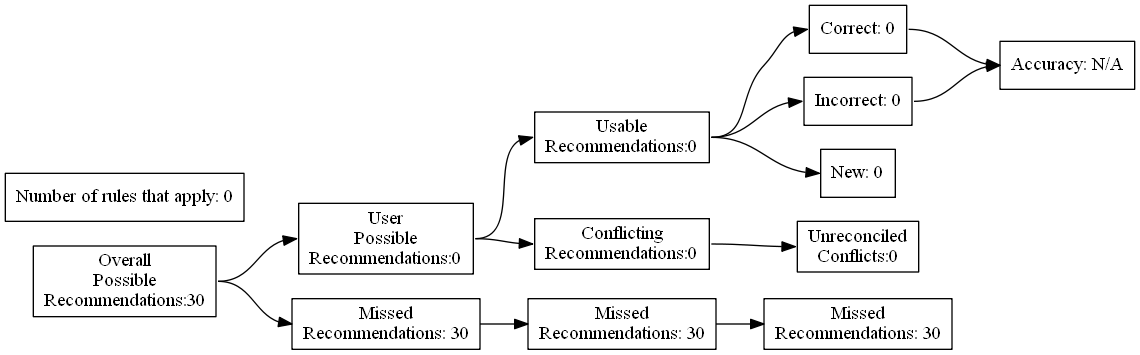
Before: test_renders/11.gv.png, a diagram exported from Graphviz (ZaxR/ibd_diet_analysis). Its source is kept beside it as test_renders/11.gv. The source it was exported from:
```dot
digraph {
	graph [rankdir=LR]
	node [pos=r shape=box]
	edge [headport=w tailport=e]
		A [label="Overall
Possible
Recommendations:30"]
		B [label="User
Possible
Recommendations:0"]
		C [label="Missed
Recommendations: 30"]
		D [label="Usable
Recommendations:0"]
		E [label="Conflicting
Recommendations:0"]
		J [label="Missed
Recommendations: 30"]
		M [label="Unreconciled
Conflicts:0"]
		F [label="Correct: 0"]
		G [label="Incorrect: 0"]
		H [label="New: 0"]
		K [label="Missed
Recommendations: 30"]
		I [label="Accuracy: N/A"]
		l [label="Number of rules that apply: 0"]
			A -> B
			A -> C
			B -> D
			B -> E
			D -> F
			D -> G
			D -> H
			F -> I
			G -> I
			C -> J
			J -> K
			E -> M
}
```
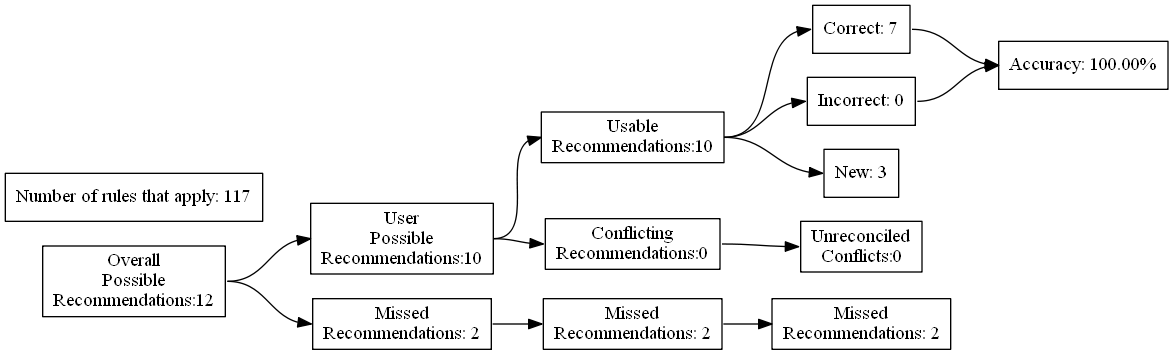
Above is the later version.

Change to the diagram source:
```diff
@@ -4,27 +4,27 @@
 	edge [headport=w tailport=e]
 		A [label="Overall
 Possible
-Recommendations:30"]
+Recommendations:12"]
 		B [label="User
 Possible
-Recommendations:0"]
+Recommendations:10"]
 		C [label="Missed
-Recommendations: 30"]
+Recommendations: 2"]
 		D [label="Usable
-Recommendations:0"]
+Recommendations:10"]
 		E [label="Conflicting
 Recommendations:0"]
 		J [label="Missed
-Recommendations: 30"]
+Recommendations: 2"]
 		M [label="Unreconciled
 Conflicts:0"]
-		F [label="Correct: 0"]
+		F [label="Correct: 7"]
 		G [label="Incorrect: 0"]
-		H [label="New: 0"]
+		H [label="New: 3"]
 		K [label="Missed
-Recommendations: 30"]
-		I [label="Accuracy: N/A"]
-		l [label="Number of rules that apply: 0"]
+Recommendations: 2"]
+		I [label="Accuracy: 100.00%"]
+		l [label="Number of rules that apply: 117"]
 			A -> B
 			A -> C
 			B -> D
```
